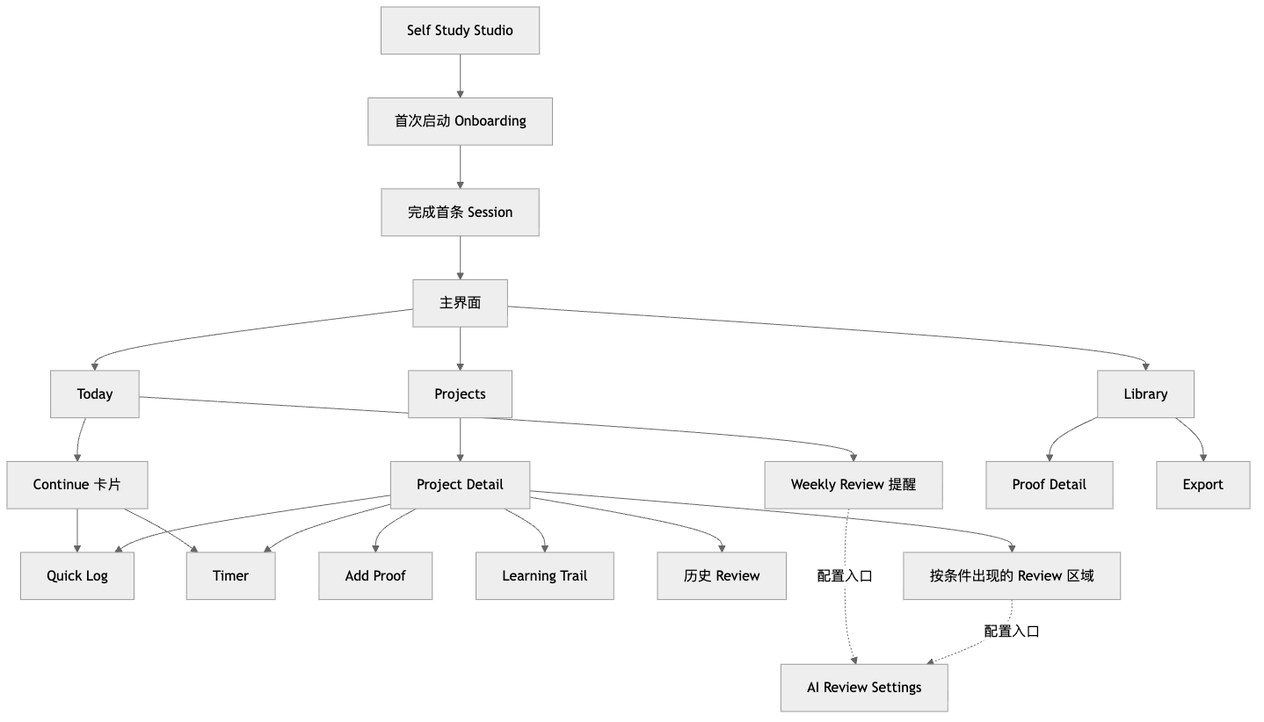
This is diagrams/product-information-architecture.png from Panhe-C/self-study-studio, a Mermaid export, as it was before one commit. Its source is kept beside it as diagrams/product-information-architecture.mmd.
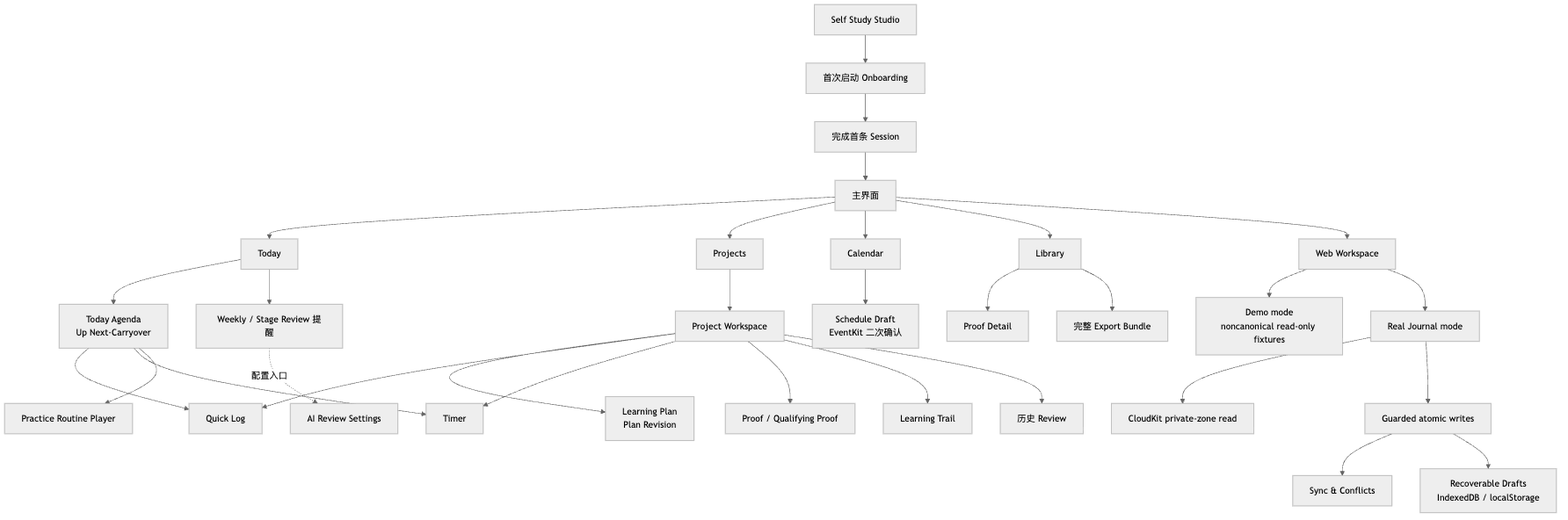
Later version of the same file.

Diff of the diagram source:
```diff
@@ -4,19 +4,28 @@
   F --> ROOT[主界面]
   ROOT --> TODAY[Today]
   ROOT --> PROJECTS[Projects]
+  ROOT --> CAL[Calendar]
   ROOT --> LIBRARY[Library]
-  TODAY --> CONTINUE[Continue 卡片]
-  CONTINUE --> QUICK[Quick Log]
-  CONTINUE --> TIMER[Timer]
-  TODAY --> REVIEW[Weekly Review 提醒]
-  PROJECTS --> DETAIL[Project Detail]
+  TODAY --> AGENDA[Today Agenda<br/>Up Next·Carryover]
+  AGENDA --> QUICK[Quick Log]
+  AGENDA --> TIMER[Timer]
+  AGENDA --> ROUTINE[Practice Routine Player]
+  TODAY --> REVIEW[Weekly / Stage Review 提醒]
+  PROJECTS --> DETAIL[Project Workspace]
+  DETAIL --> PLAN[Learning Plan<br/>Plan Revision]
   DETAIL --> QUICK
   DETAIL --> TIMER
-  DETAIL --> PROOF[Add Proof]
+  DETAIL --> PROOF[Proof / Qualifying Proof]
   DETAIL --> TRAIL[Learning Trail]
   DETAIL --> HISTORY[历史 Review]
-  DETAIL --> PROJECTREVIEW[按条件出现的 Review 区域]
+  CAL --> DRAFT[Schedule Draft<br/>EventKit 二次确认]
   LIBRARY --> PROOFDETAIL[Proof Detail]
-  LIBRARY --> EXPORT[Export]
+  LIBRARY --> EXPORT[完整 Export Bundle]
+  ROOT --> WEB[Web Workspace]
+  WEB --> DEMO[Demo mode<br/>noncanonical read-only fixtures]
+  WEB --> REAL[Real Journal mode]
+  REAL --> READ[CloudKit private-zone read]
+  REAL --> WRITE[Guarded atomic writes]
+  WRITE --> CONFLICT[Sync & Conflicts]
+  WRITE --> DRAFTS[Recoverable Drafts<br/>IndexedDB / localStorage]
   REVIEW -.配置入口.-> SETTINGS[AI Review Settings]
-  PROJECTREVIEW -.配置入口.-> SETTINGS
```
